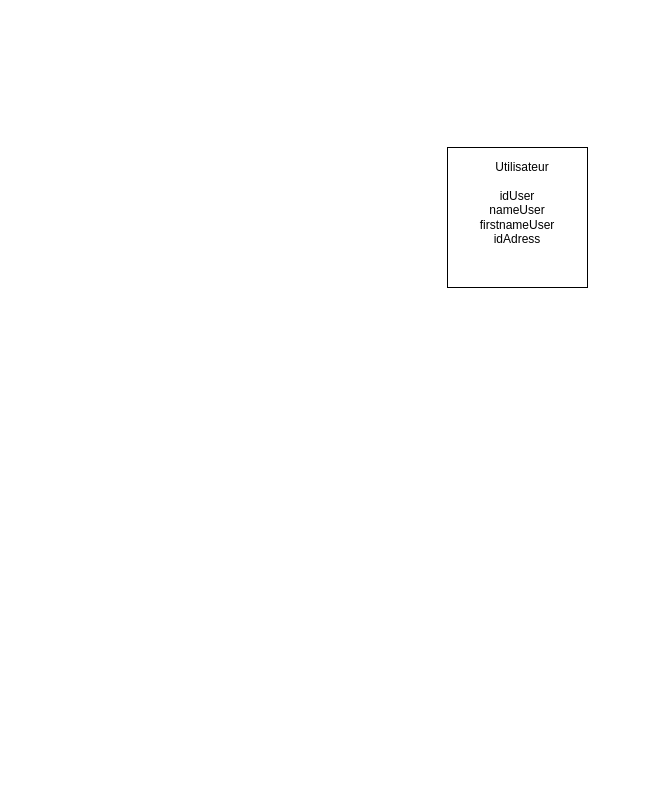
Before: ExercicesBDD/chaussure.drawio in Willremi/Groupe6, a draw.io diagram. Source tidied: cells renumbered, new cells numbered last; positions are measured from the earlier drawing's top-left corner, leaving out a move shared by most shapes. Both pictures are drawn from the tidied source at 100%, with x=0, y=0 at pixel (447, 147).
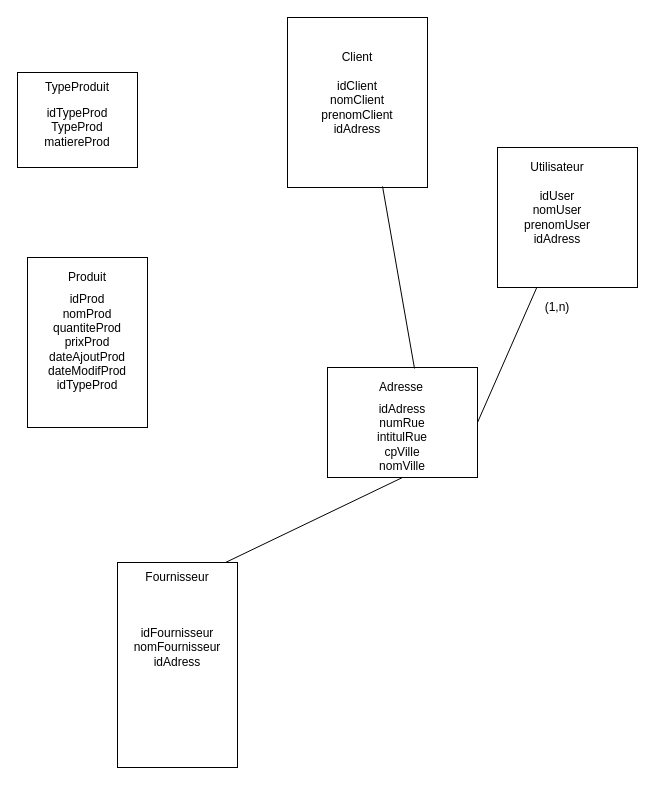
The same diagram, later.

Commit message:
Mettre à jour chaussure.drawio

Diff of the diagram source:
```diff
@@
     <mxCell id="2" style="rounded=0;whiteSpace=wrap;html=1;" parent="1" vertex="1">
-      <mxGeometry width="140" height="140" as="geometry" />
+      <mxGeometry x="50" width="140" height="140" as="geometry" />
     </mxCell>
     <mxCell id="3" value="Utilisateur" style="text;html=1;strokeColor=none;fillColor=none;align=center;verticalAlign=middle;whiteSpace=wrap;rounded=0;" parent="1" vertex="1">
-      <mxGeometry x="55" y="10" width="40" height="20" as="geometry" />
+      <mxGeometry x="90" y="10" width="40" height="20" as="geometry" />
     </mxCell>
-    <mxCell id="4" value="idUser&lt;br&gt;nameUser&lt;br&gt;firstnameUser&lt;br&gt;idAdress" style="text;html=1;strokeColor=none;fillColor=none;align=center;verticalAlign=middle;whiteSpace=wrap;rounded=0;" parent="1" vertex="1">
-      <mxGeometry x="50" y="60" width="40" height="20" as="geometry" />
+    <mxCell id="4" value="idUser&lt;br&gt;nomUser&lt;br&gt;prenomUser&lt;br&gt;idAdress" style="text;html=1;strokeColor=none;fillColor=none;align=center;verticalAlign=middle;whiteSpace=wrap;rounded=0;" parent="1" vertex="1">
+      <mxGeometry x="90" y="60" width="40" height="20" as="geometry" />
     </mxCell>
+    <mxCell id="5" style="rounded=0;whiteSpace=wrap;html=1;" parent="1" vertex="1">
+      <mxGeometry x="-120" y="220" width="150" height="110" as="geometry" />
+    </mxCell>
+    <mxCell id="6" value="Adresse" style="text;html=1;strokeColor=none;fillColor=none;align=center;verticalAlign=middle;whiteSpace=wrap;rounded=0;" parent="1" vertex="1">
+      <mxGeometry x="-66" y="230" width="40" height="20" as="geometry" />
+    </mxCell>
+    <mxCell id="7" value="idAdress&lt;br&gt;numRue&lt;br&gt;intitulRue&lt;br&gt;cpVille&lt;br&gt;nomVille" style="text;html=1;strokeColor=none;fillColor=none;align=center;verticalAlign=middle;whiteSpace=wrap;rounded=0;" parent="1" vertex="1">
+      <mxGeometry x="-65" y="280" width="40" height="20" as="geometry" />
+    </mxCell>
+    <mxCell id="8" style="endArrow=none;html=1;exitX=1;exitY=0.5;exitDx=0;exitDy=0;" parent="1" edge="1" source="5" target="2">
+      <mxGeometry relative="1" as="geometry" />
+    </mxCell>
+    <mxCell id="9" style="rounded=0;whiteSpace=wrap;html=1;" parent="1" vertex="1">
+      <mxGeometry x="-160" y="-130" width="140" height="170" as="geometry" />
+    </mxCell>
+    <mxCell id="10" value="Client" style="text;html=1;strokeColor=none;fillColor=none;align=center;verticalAlign=middle;whiteSpace=wrap;rounded=0;" parent="1" vertex="1">
+      <mxGeometry x="-110" y="-100" width="40" height="20" as="geometry" />
+    </mxCell>
+    <mxCell id="11" value="idClient&lt;br&gt;nomClient&lt;br&gt;prenomClient&lt;br&gt;idAdress" style="text;html=1;strokeColor=none;fillColor=none;align=center;verticalAlign=middle;whiteSpace=wrap;rounded=0;" parent="1" vertex="1">
+      <mxGeometry x="-110" y="-50" width="40" height="20" as="geometry" />
+    </mxCell>
+    <mxCell id="12" style="endArrow=none;html=1;exitX=0.679;exitY=0.994;exitDx=0;exitDy=0;entryX=0.58;entryY=0.009;entryDx=0;entryDy=0;entryPerimeter=0;exitPerimeter=0;" parent="1" edge="1" source="9" target="5">
+      <mxGeometry relative="1" as="geometry" />
+    </mxCell>
+    <mxCell id="13" value="(1,n)" style="text;html=1;strokeColor=none;fillColor=none;align=center;verticalAlign=middle;whiteSpace=wrap;rounded=0;" parent="1" vertex="1">
+      <mxGeometry x="90" y="150" width="40" height="20" as="geometry" />
+    </mxCell>
+    <mxCell id="14" style="rounded=0;whiteSpace=wrap;html=1;" parent="1" vertex="1">
+      <mxGeometry x="-330" y="415" width="120" height="205" as="geometry" />
+    </mxCell>
+    <mxCell id="15" value="Fournisseur" style="text;html=1;strokeColor=none;fillColor=none;align=center;verticalAlign=middle;whiteSpace=wrap;rounded=0;" parent="1" vertex="1">
+      <mxGeometry x="-290" y="420" width="40" height="20" as="geometry" />
+    </mxCell>
+    <mxCell id="16" value="idFournisseur&lt;br&gt;nomFournisseur&lt;br&gt;idAdress" style="text;html=1;strokeColor=none;fillColor=none;align=center;verticalAlign=middle;whiteSpace=wrap;rounded=0;" parent="1" vertex="1">
+      <mxGeometry x="-290" y="490" width="40" height="20" as="geometry" />
+    </mxCell>
+    <mxCell id="17" style="endArrow=none;html=1;exitX=0.9;exitY=0;exitDx=0;exitDy=0;exitPerimeter=0;entryX=0.5;entryY=1;entryDx=0;entryDy=0;" parent="1" edge="1" source="14" target="5">
+      <mxGeometry relative="1" as="geometry" />
+    </mxCell>
+    <mxCell id="18" style="rounded=0;whiteSpace=wrap;html=1;" parent="1" vertex="1">
+      <mxGeometry x="-420" y="110" width="120" height="170" as="geometry" />
+    </mxCell>
+    <mxCell id="19" value="Produit" style="text;html=1;strokeColor=none;fillColor=none;align=center;verticalAlign=middle;whiteSpace=wrap;rounded=0;" parent="1" vertex="1">
+      <mxGeometry x="-380" y="120" width="40" height="20" as="geometry" />
+    </mxCell>
+    <mxCell id="20" value="idProd&lt;br&gt;nomProd&lt;br&gt;quantiteProd&lt;br&gt;prixProd&lt;br&gt;dateAjoutProd&lt;br&gt;dateModifProd&lt;br&gt;idTypeProd" style="text;html=1;strokeColor=none;fillColor=none;align=center;verticalAlign=middle;whiteSpace=wrap;rounded=0;" parent="1" vertex="1">
+      <mxGeometry x="-380" y="185" width="40" height="20" as="geometry" />
+    </mxCell>
+    <mxCell id="21" style="rounded=0;whiteSpace=wrap;html=1;" parent="1" vertex="1">
+      <mxGeometry x="-430" y="-75" width="120" height="95" as="geometry" />
+    </mxCell>
+    <mxCell id="22" value="TypeProduit" style="text;html=1;strokeColor=none;fillColor=none;align=center;verticalAlign=middle;whiteSpace=wrap;rounded=0;" parent="1" vertex="1">
+      <mxGeometry x="-390" y="-70" width="40" height="20" as="geometry" />
+    </mxCell>
+    <mxCell id="23" value="idTypeProd&lt;br&gt;TypeProd&lt;br&gt;matiereProd" style="text;html=1;strokeColor=none;fillColor=none;align=center;verticalAlign=middle;whiteSpace=wrap;rounded=0;" parent="1" vertex="1">
+      <mxGeometry x="-390" y="-30" width="40" height="20" as="geometry" />
+    </mxCell>
```
